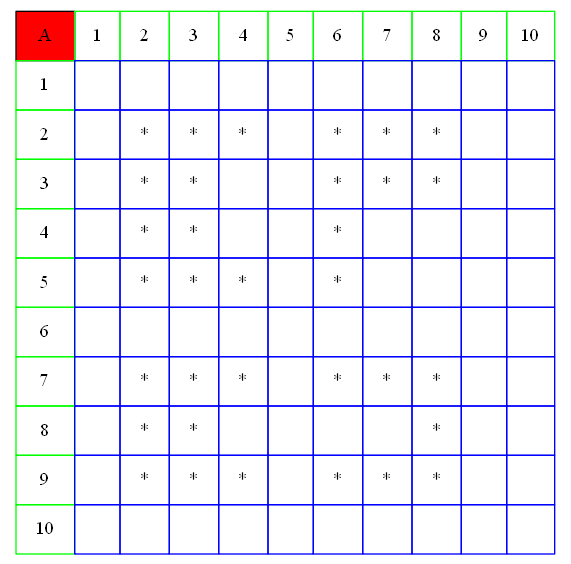
The Graphviz diagram Resultado.dot.png in AbidelLux/Proyecto02_1S2021IPC2_JAMES, before a commit. Its source is kept beside it as Resultado.dot.
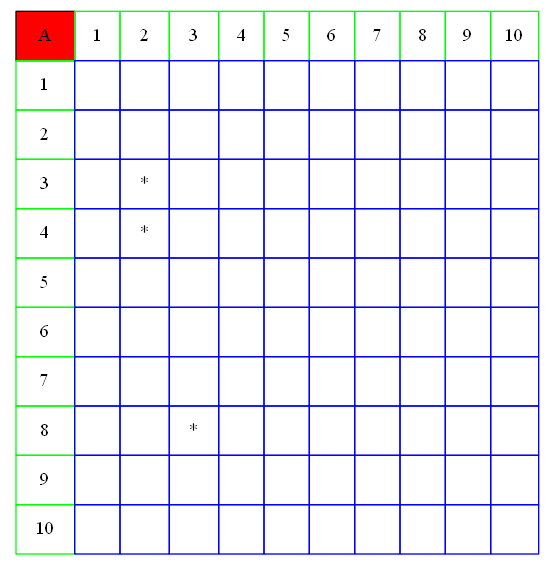
After the commit.

What changed in the source:
```diff
@@ -7,14 +7,14 @@
 		<table border="0" color="green" cellpadding="10" cellborder="1" cellspacing="0">
 	<tr><td bgcolor = "red" color="black"> A </td><td color="green">1</td><td color="green">2</td><td color="green">3</td><td color="green">4</td><td color="green">5</td><td color="green">6</td><td color="green">7</td><td color="green">8</td><td color="green">9</td><td color="green">10</td></tr>
 			<tr><td color="green"> 1 </td><td color="blue">   </td><td color="blue">   </td><td color="blue">   </td><td color="blue">   </td><td color="blue">   </td><td color="blue">   </td><td color="blue">   </td><td color="blue">   </td><td color="blue">   </td><td color="blue">   </td></tr>
-			<tr><td color="green"> 2 </td><td color="blue">   </td><td color="blue"> * </td><td color="blue"> * </td><td color="blue"> * </td><td color="blue">   </td><td color="blue"> * </td><td color="blue"> * </td><td color="blue"> * </td><td color="blue">   </td><td color="blue">   </td></tr>
-			<tr><td color="green"> 3 </td><td color="blue">   </td><td color="blue"> * </td><td color="blue"> * </td><td color="blue">   </td><td color="blue">   </td><td color="blue"> * </td><td color="blue"> * </td><td color="blue"> * </td><td color="blue">   </td><td color="blue">   </td></tr>
-			<tr><td color="green"> 4 </td><td color="blue">   </td><td color="blue"> * </td><td color="blue"> * </td><td color="blue">   </td><td color="blue">   </td><td color="blue"> * </td><td color="blue">   </td><td color="blue">   </td><td color="blue">   </td><td color="blue">   </td></tr>
-			<tr><td color="green"> 5 </td><td color="blue">   </td><td color="blue"> * </td><td color="blue"> * </td><td color="blue"> * </td><td color="blue">   </td><td color="blue"> * </td><td color="blue">   </td><td color="blue">   </td><td color="blue">   </td><td color="blue">   </td></tr>
+			<tr><td color="green"> 2 </td><td color="blue">   </td><td color="blue">   </td><td color="blue">   </td><td color="blue">   </td><td color="blue">   </td><td color="blue">   </td><td color="blue">   </td><td color="blue">   </td><td color="blue">   </td><td color="blue">   </td></tr>
+			<tr><td color="green"> 3 </td><td color="blue">   </td><td color="blue"> * </td><td color="blue">   </td><td color="blue">   </td><td color="blue">   </td><td color="blue">   </td><td color="blue">   </td><td color="blue">   </td><td color="blue">   </td><td color="blue">   </td></tr>
+			<tr><td color="green"> 4 </td><td color="blue">   </td><td color="blue"> * </td><td color="blue">   </td><td color="blue">   </td><td color="blue">   </td><td color="blue">   </td><td color="blue">   </td><td color="blue">   </td><td color="blue">   </td><td color="blue">   </td></tr>
+			<tr><td color="green"> 5 </td><td color="blue">   </td><td color="blue">   </td><td color="blue">   </td><td color="blue">   </td><td color="blue">   </td><td color="blue">   </td><td color="blue">   </td><td color="blue">   </td><td color="blue">   </td><td color="blue">   </td></tr>
 			<tr><td color="green"> 6 </td><td color="blue">   </td><td color="blue">   </td><td color="blue">   </td><td color="blue">   </td><td color="blue">   </td><td color="blue">   </td><td color="blue">   </td><td color="blue">   </td><td color="blue">   </td><td color="blue">   </td></tr>
-			<tr><td color="green"> 7 </td><td color="blue">   </td><td color="blue"> * </td><td color="blue"> * </td><td color="blue"> * </td><td color="blue">   </td><td color="blue"> * </td><td color="blue"> * </td><td color="blue"> * </td><td color="blue">   </td><td color="blue">   </td></tr>
-			<tr><td color="green"> 8 </td><td color="blue">   </td><td color="blue"> * </td><td color="blue"> * </td><td color="blue">   </td><td color="blue">   </td><td color="blue">   </td><td color="blue">   </td><td color="blue"> * </td><td color="blue">   </td><td color="blue">   </td></tr>
-			<tr><td color="green"> 9 </td><td color="blue">   </td><td color="blue"> * </td><td color="blue"> * </td><td color="blue"> * </td><td color="blue">   </td><td color="blue"> * </td><td color="blue"> * </td><td color="blue"> * </td><td color="blue">   </td><td color="blue">   </td></tr>
+			<tr><td color="green"> 7 </td><td color="blue">   </td><td color="blue">   </td><td color="blue">   </td><td color="blue">   </td><td color="blue">   </td><td color="blue">   </td><td color="blue">   </td><td color="blue">   </td><td color="blue">   </td><td color="blue">   </td></tr>
+			<tr><td color="green"> 8 </td><td color="blue">   </td><td color="blue">   </td><td color="blue"> * </td><td color="blue">   </td><td color="blue">   </td><td color="blue">   </td><td color="blue">   </td><td color="blue">   </td><td color="blue">   </td><td color="blue">   </td></tr>
+			<tr><td color="green"> 9 </td><td color="blue">   </td><td color="blue">   </td><td color="blue">   </td><td color="blue">   </td><td color="blue">   </td><td color="blue">   </td><td color="blue">   </td><td color="blue">   </td><td color="blue">   </td><td color="blue">   </td></tr>
 			<tr><td color="green"> 10 </td><td color="blue">   </td><td color="blue">   </td><td color="blue">   </td><td color="blue">   </td><td color="blue">   </td><td color="blue">   </td><td color="blue">   </td><td color="blue">   </td><td color="blue">   </td><td color="blue">   </td></tr>
 			</table>
 		>];
```
